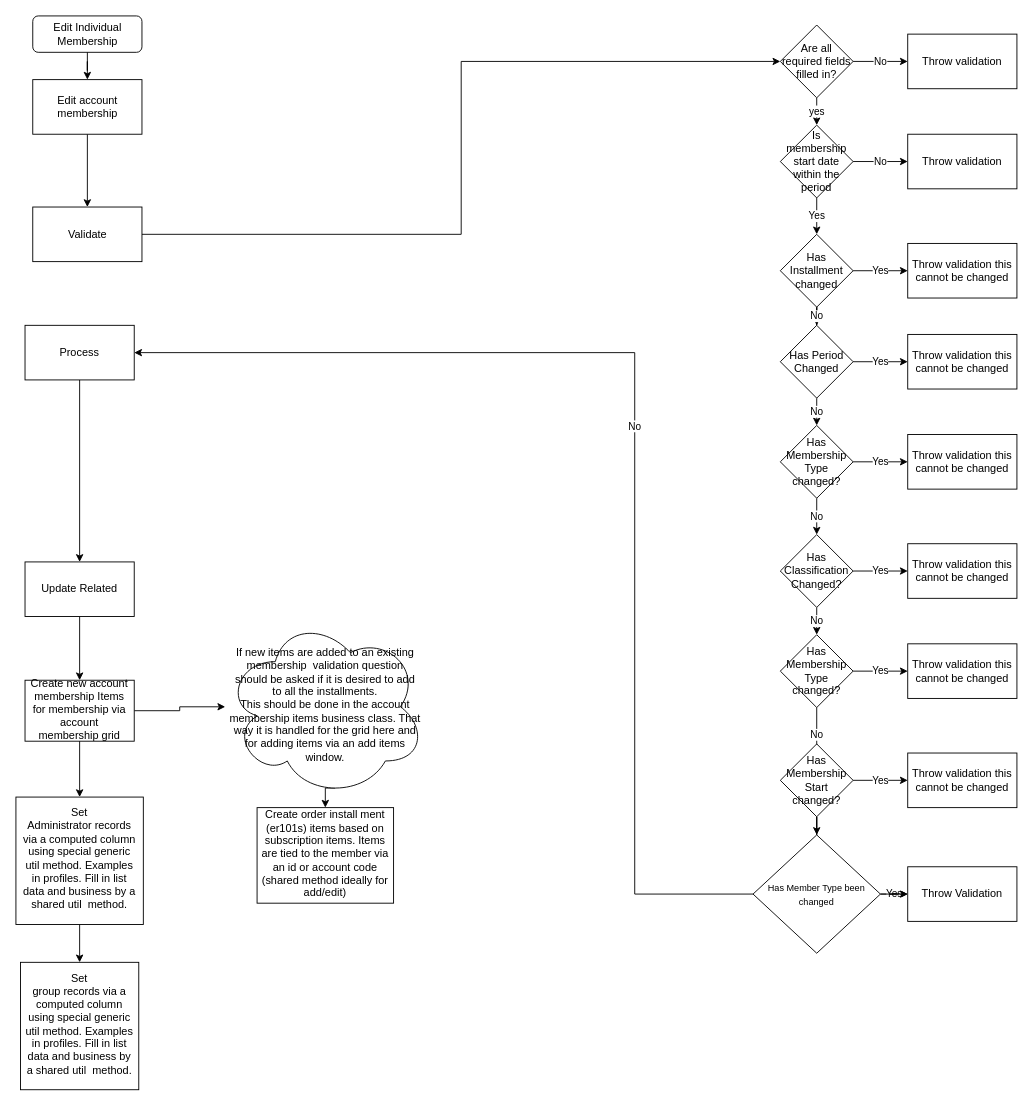
This is MembershipEditIndividualWorkFlow.drawio from shelbyharris/Membership, a draw.io file, before an edit. Source tidied: cells renumbered, new cells numbered last; positions are measured from the earlier drawing's top-left corner, leaving out a move shared by most shapes. Both pictures are drawn from the tidied source at 91%, with x=0, y=0 at pixel (15, 15).
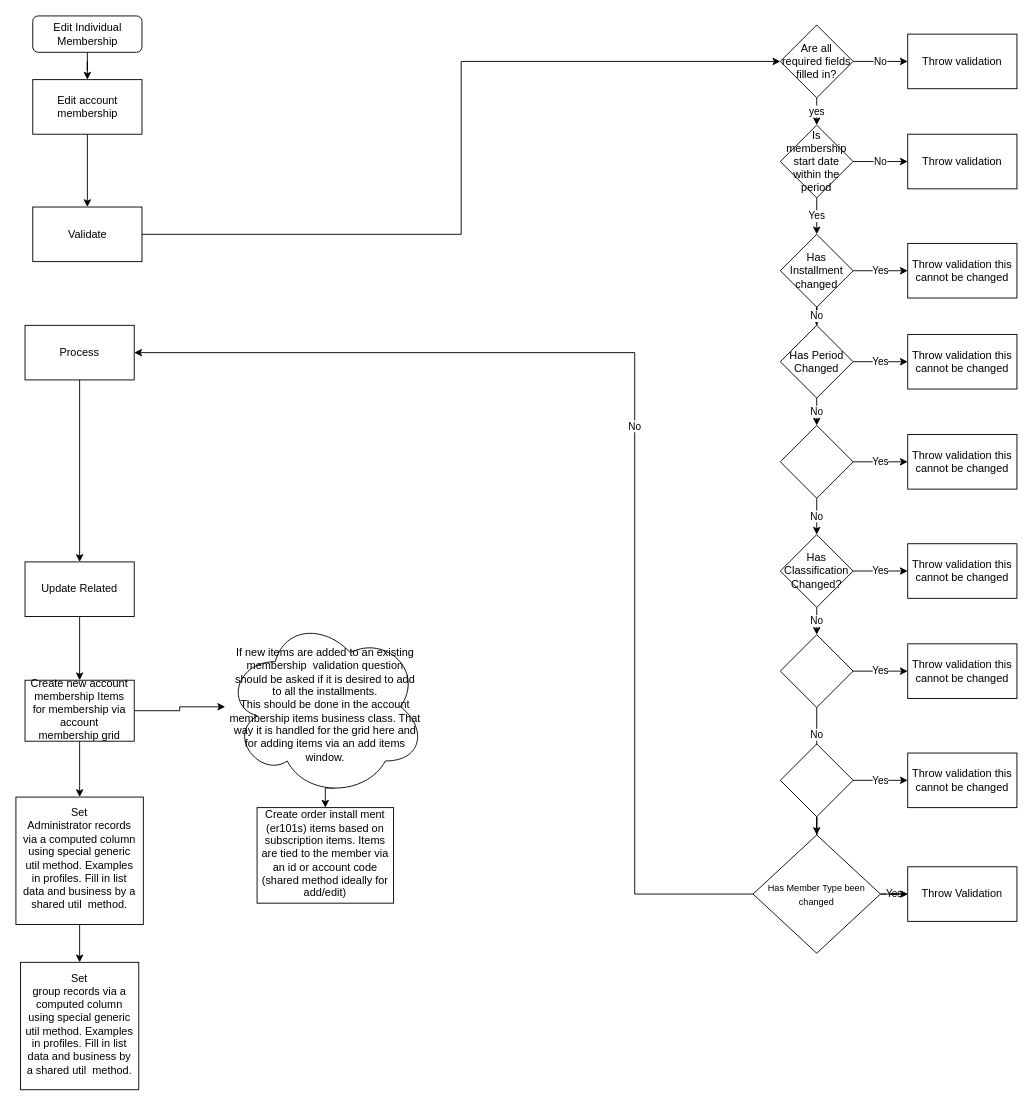
The same page after the edit.

What changed in the source:
```diff
@@
-    <mxCell id="38" value="Has Membership Type changed?" style="rhombus;whiteSpace=wrap;html=1;rounded=0;" parent="1" vertex="1">
+    <mxCell id="38" style="rhombus;whiteSpace=wrap;html=1;rounded=0;" parent="1" vertex="1">
       <mxGeometry x="840" y="450" width="80" height="80" as="geometry" />
     </mxCell>
@@
-    <mxCell id="47" value="Has Membership Type changed?" style="rhombus;whiteSpace=wrap;html=1;rounded=0;" parent="1" vertex="1">
+    <mxCell id="47" style="rhombus;whiteSpace=wrap;html=1;rounded=0;" parent="1" vertex="1">
       <mxGeometry x="840" y="680" width="80" height="80" as="geometry" />
     </mxCell>
@@
-    <mxCell id="52" value="Has Membership Start changed?" style="rhombus;whiteSpace=wrap;html=1;rounded=0;" parent="1" vertex="1">
+    <mxCell id="52" style="rhombus;whiteSpace=wrap;html=1;rounded=0;" parent="1" vertex="1">
       <mxGeometry x="840" y="800" width="80" height="80" as="geometry" />
     </mxCell>
```
